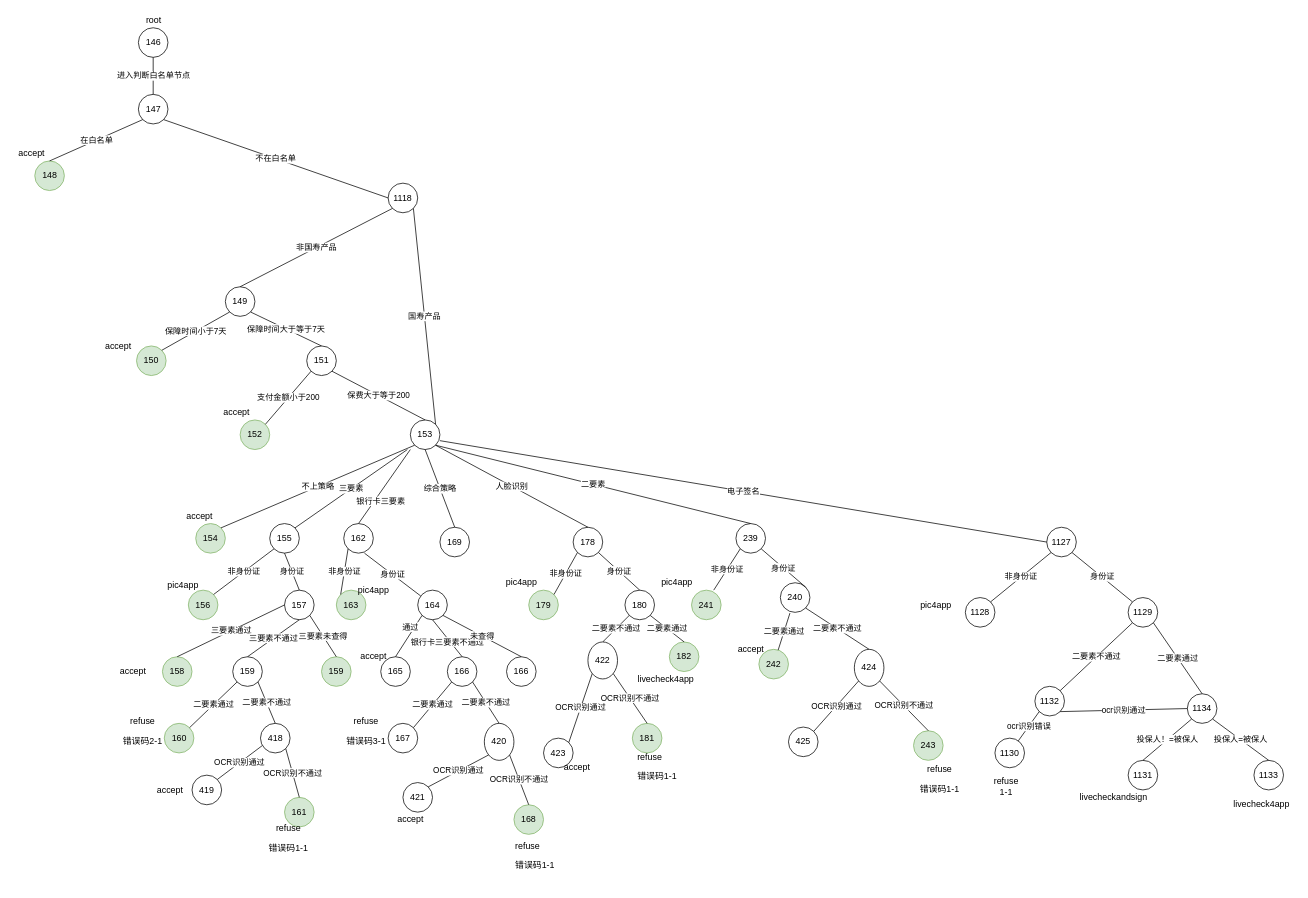
Above: 投保人策略.drawio in North30/tupian (draw.io), before the change. Source tidied: cells renumbered, new cells numbered last; positions are measured from the earlier drawing's top-left corner, leaving out a move shared by most shapes. Both pictures are drawn from the tidied source at 74%, with x=0, y=0 at pixel (12, 13).
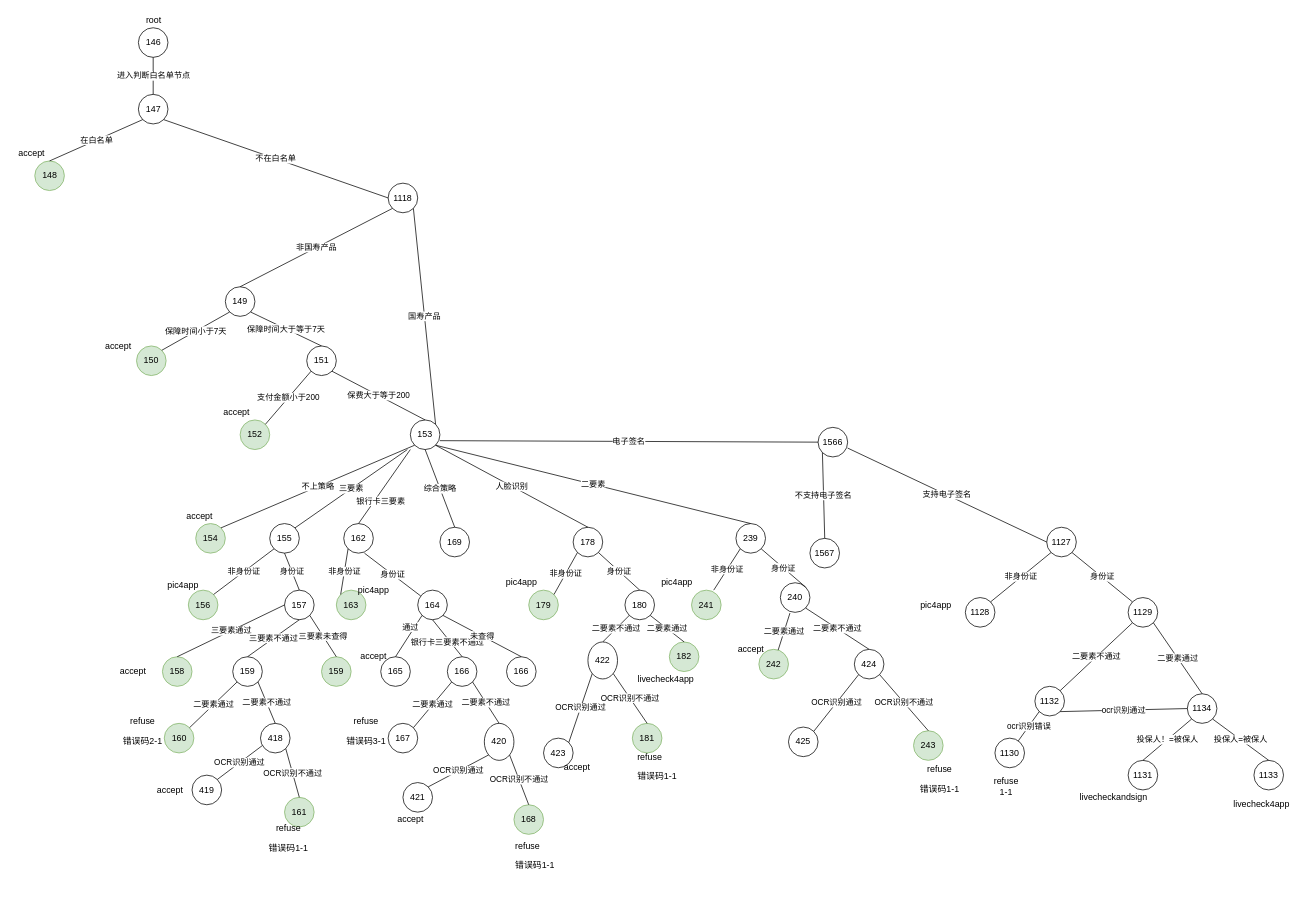
After the change.

Commit message:
更新投保人策略.drawio

Unchanged cells that the change refers to:
```xml
<mxCell id="17" value="153" style="ellipse;whiteSpace=wrap;html=1;" parent="1" vertex="1">
  <mxGeometry x="538" y="550" width="40" height="40" as="geometry" />
</mxCell>
<mxCell id="114" value="1127" style="ellipse;whiteSpace=wrap;html=1;" parent="1" vertex="1">
  <mxGeometry x="1398" y="695" width="40" height="40" as="geometry" />
</mxCell>
```

Change to the diagram source:
```diff
@@
     <mxCell id="106" value="424" style="ellipse;whiteSpace=wrap;html=1;" parent="1" vertex="1">
-      <mxGeometry x="1138" y="860" width="40" height="50" as="geometry" />
+      <mxGeometry x="1138" y="860" width="40" height="40" as="geometry" />
     </mxCell>
@@
-    <mxCell id="115" value="电子签名" style="endArrow=none;html=1;entryX=1;entryY=0.7;entryDx=0;entryDy=0;entryPerimeter=0;exitX=0;exitY=0.5;exitDx=0;exitDy=0;" parent="1" edge="1" source="114" target="17">
+    <mxCell id="115" value="电子签名" style="endArrow=none;html=1;entryX=1;entryY=0.7;entryDx=0;entryDy=0;entryPerimeter=0;exitX=0;exitY=0.5;exitDx=0;exitDy=0;" parent="1" edge="1" source="135" target="17">
       <mxGeometry relative="1" as="geometry" />
     </mxCell>
@@
+    <mxCell id="135" value="1566" style="ellipse;whiteSpace=wrap;html=1;" parent="1" vertex="1">
+      <mxGeometry x="1089" y="560" width="40" height="40" as="geometry" />
+    </mxCell>
+    <mxCell id="136" value="支持电子签名" style="endArrow=none;html=1;entryX=1;entryY=0.7;entryDx=0;entryDy=0;entryPerimeter=0;exitX=0;exitY=0.5;exitDx=0;exitDy=0;" parent="1" edge="1" source="114" target="135">
+      <mxGeometry relative="1" as="geometry" />
+    </mxCell>
+    <mxCell id="137" value="1567" style="ellipse;whiteSpace=wrap;html=1;" parent="1" vertex="1">
+      <mxGeometry x="1078" y="710" width="40" height="40" as="geometry" />
+    </mxCell>
+    <mxCell id="138" value="不支持电子签名" style="endArrow=none;html=1;entryX=0;entryY=1;entryDx=0;entryDy=0;exitX=0.5;exitY=0;exitDx=0;exitDy=0;" parent="1" edge="1" source="137" target="135">
+      <mxGeometry relative="1" as="geometry" />
+    </mxCell>
```
